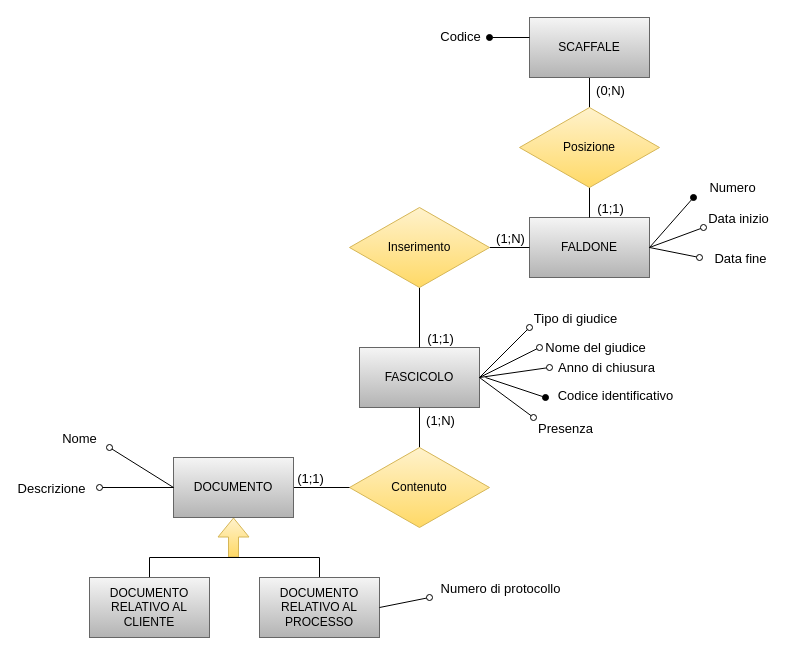
This is DiagrammaER_Sopra.drawio from AndreaCiv/BasiDiDati, a draw.io file, before an edit. Source tidied: cells renumbered, new cells numbered last; positions are measured from the earlier drawing's top-left corner, leaving out a move shared by most shapes. Both pictures are drawn from the tidied source at 100%, with x=0, y=0 at pixel (89, 17).
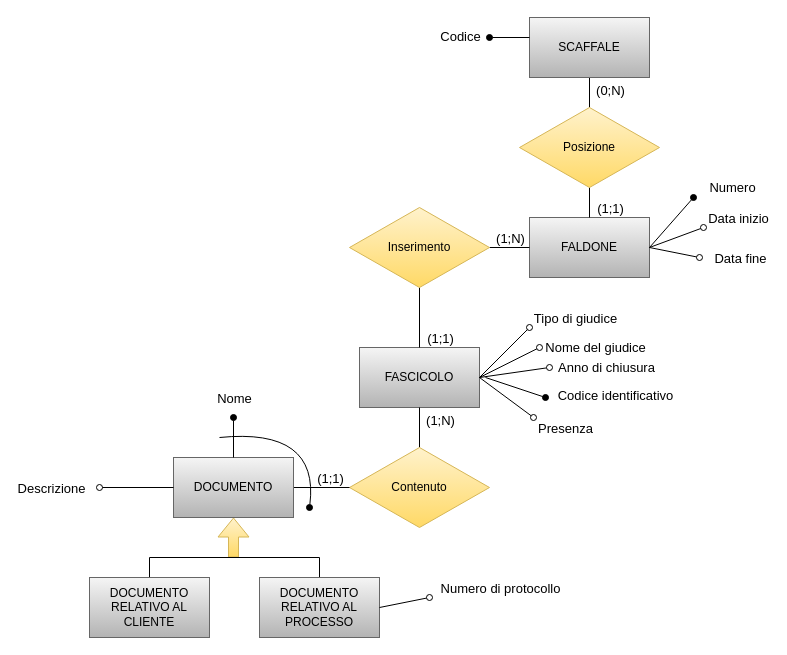
The same diagram, later.

Unchanged cells that the change refers to:
```xml
<mxCell id="20" style="edgeStyle=orthogonalEdgeStyle;rounded=0;jettySize=auto;html=1;startArrow=none;startFill=0;endArrow=none;endFill=0;entryX=1;entryY=0.5;entryDx=0;entryDy=0;" parent="1" edge="1" source="6" target="38">
  <mxGeometry relative="1" as="geometry" />
</mxCell>
<mxCell id="38" value="DOCUMENTO" style="rounded=0;whiteSpace=wrap;html=1;fillColor=#f5f5f5;gradientColor=#b3b3b3;strokeColor=#666666;" parent="1" vertex="1">
  <mxGeometry x="84" y="440" width="120" height="60" as="geometry" />
</mxCell>
```

What changed in the source:
```diff
@@
     <mxCell id="21" value="(1;1)" style="edgeLabel;html=1;align=center;verticalAlign=middle;fontSize=13;" parent="20" vertex="1">
       <mxGeometry x="-0.04" y="2" relative="1" as="geometry">
-        <mxPoint x="-13" y="-12" as="offset" />
+        <mxPoint x="7" y="-12" as="offset" />
       </mxGeometry>
     </mxCell>
@@
-    <mxCell id="39" style="endArrow=oval;html=1;rounded=0;exitX=0;exitY=0.5;exitDx=0;exitDy=0;endFill=0;" parent="1" edge="1" source="38">
+    <mxCell id="39" style="endArrow=oval;html=1;rounded=0;exitX=0.5;exitY=0;exitDx=0;exitDy=0;endFill=1;" parent="1" edge="1" source="38">
       <mxGeometry relative="1" as="geometry">
-        <mxPoint x="20" y="430" as="targetPoint" />
+        <mxPoint x="144" y="400" as="targetPoint" />
       </mxGeometry>
     </mxCell>
     <mxCell id="40" value="&lt;font style=&quot;font-size: 13px&quot;&gt;Nome&lt;/font&gt;" style="edgeLabel;html=1;align=center;verticalAlign=middle;" parent="39" vertex="1">
       <mxGeometry x="0.58" y="1" relative="1" as="geometry">
-        <mxPoint x="-43" y="-19" as="offset" />
+        <mxPoint x="1" y="-28" as="offset" />
       </mxGeometry>
     </mxCell>
@@
+    <mxCell id="49" style="curved=1;endArrow=oval;html=1;rounded=0;endFill=1;" parent="1" edge="1">
+      <mxGeometry relative="1" as="geometry">
+        <mxPoint x="130" y="420" as="sourcePoint" />
+        <mxPoint x="220" y="490" as="targetPoint" />
+        <Array as="points">
+          <mxPoint x="230" y="410" />
+        </Array>
+      </mxGeometry>
+    </mxCell>
```
